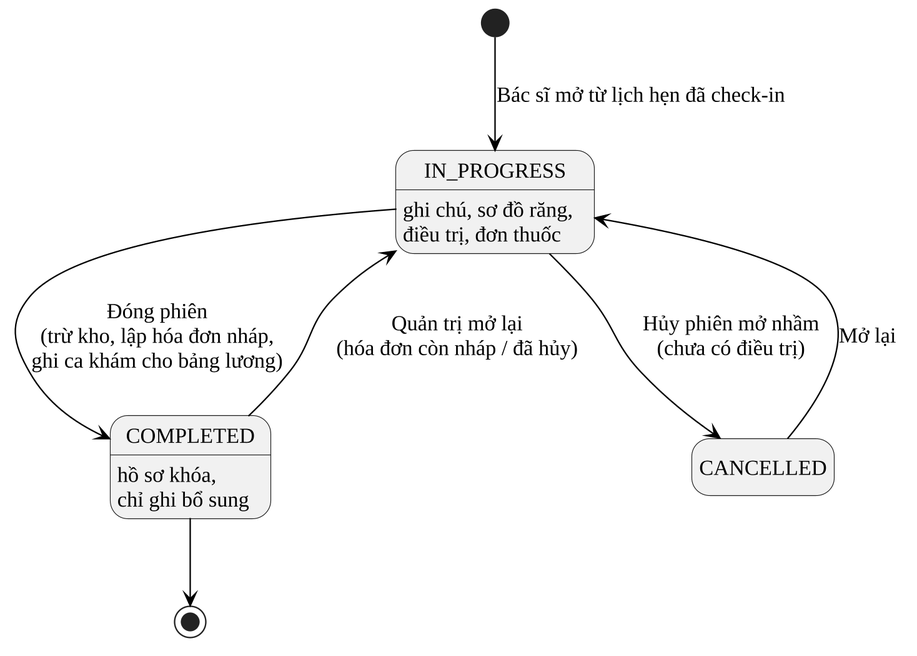
Trantuan0310/dental-clinic-nestjs-react keeps this PlantUML diagram as docs/10_Thesis/bao-cao/hinh/3-7-trang-thai-phien-kham.png. Above is the earlier version.
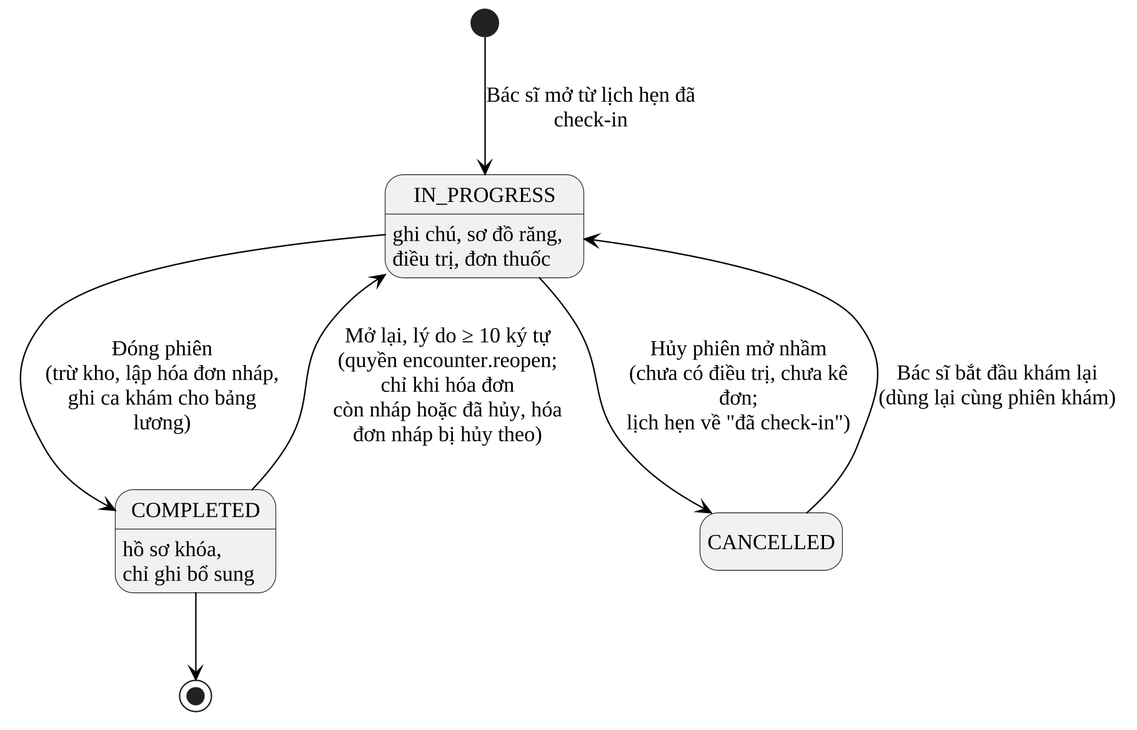
The same file after the commit.

The edit, as a diff of the source:
```diff
@@ -4,9 +4,9 @@
 [*] --> IN_PROGRESS : Bác sĩ mở từ lịch hẹn đã check-in
 IN_PROGRESS : ghi chú, sơ đồ răng,\nđiều trị, đơn thuốc
 IN_PROGRESS --> COMPLETED : Đóng phiên\n(trừ kho, lập hóa đơn nháp,\nghi ca khám cho bảng lương)
-IN_PROGRESS --> CANCELLED : Hủy phiên mở nhầm\n(chưa có điều trị)
+IN_PROGRESS --> CANCELLED : Hủy phiên mở nhầm\n(chưa có điều trị, chưa kê đơn;\nlịch hẹn về "đã check-in")
 COMPLETED : hồ sơ khóa,\nchỉ ghi bổ sung
-COMPLETED --> IN_PROGRESS : Quản trị mở lại\n(hóa đơn còn nháp / đã hủy)
-CANCELLED --> IN_PROGRESS : Mở lại
+COMPLETED --> IN_PROGRESS : Mở lại, lý do ≥ 10 ký tự\n(quyền encounter.reopen; chỉ khi hóa đơn\ncòn nháp hoặc đã hủy, hóa đơn nháp bị hủy theo)
+CANCELLED --> IN_PROGRESS : Bác sĩ bắt đầu khám lại\n(dùng lại cùng phiên khám)
 COMPLETED --> [*]
 @enduml
```
